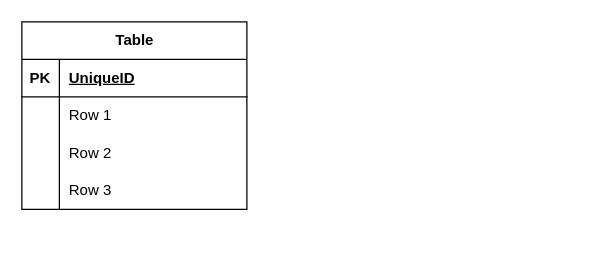
Before: ERD Monitoring Program.drawio in krizal8749-ops/Ideabox, a draw.io diagram. Source tidied: cells renumbered, new cells numbered last; positions are measured from the earlier drawing's top-left corner, leaving out a move shared by most shapes. Both pictures are drawn from the tidied source at 125%, with x=0, y=0 at pixel (21, 21).
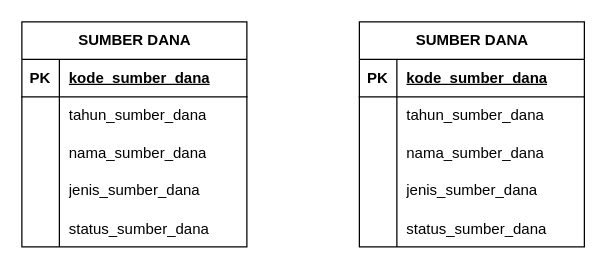
Above is the later version.

The change refers to these unchanged cells:
```xml
<mxCell id="3" style="shape=tableRow;horizontal=0;startSize=0;swimlaneHead=0;swimlaneBody=0;fillColor=none;top=0;left=0;right=0;bottom=1;" parent="2" vertex="1">
  <mxGeometry y="30" width="180" height="30" as="geometry" />
</mxCell>
<mxCell id="6" style="shape=tableRow;horizontal=0;startSize=0;swimlaneHead=0;swimlaneBody=0;fillColor=none;top=0;left=0;right=0;bottom=0;" parent="2" vertex="1">
  <mxGeometry y="60" width="180" height="30" as="geometry" />
</mxCell>
<mxCell id="9" style="shape=tableRow;horizontal=0;startSize=0;swimlaneHead=0;swimlaneBody=0;fillColor=none;top=0;left=0;right=0;bottom=0;" parent="2" vertex="1">
  <mxGeometry y="90" width="180" height="30" as="geometry" />
</mxCell>
<mxCell id="12" style="shape=tableRow;horizontal=0;startSize=0;swimlaneHead=0;swimlaneBody=0;fillColor=none;top=0;left=0;right=0;bottom=0;" parent="2" vertex="1">
  <mxGeometry y="120" width="180" height="30" as="geometry" />
</mxCell>
```

The edit, as a diff of the source:
```diff
@@
-    <mxCell id="2" value="Table" style="shape=table;startSize=30;childLayout=tableLayout;rowLines=0;fontStyle=1;align=center;html=1;" parent="1" vertex="1">
-      <mxGeometry width="180" height="150" as="geometry" />
+    <mxCell id="2" value="SUMBER DANA" style="shape=table;startSize=30;childLayout=tableLayout;rowLines=0;fontStyle=1;align=center;html=1;" parent="1" vertex="1">
+      <mxGeometry width="180" height="180" as="geometry" />
     </mxCell>
@@
-    <mxCell id="5" value="UniqueID" style="shape=partialRectangle;fillColor=none;top=0;left=0;bottom=0;right=0;align=left;spacingLeft=6;fontStyle=5;overflow=hidden;whiteSpace=wrap;html=1;" parent="3" vertex="1">
+    <mxCell id="5" value="kode_sumber_dana" style="shape=partialRectangle;fillColor=none;top=0;left=0;bottom=0;right=0;align=left;spacingLeft=6;fontStyle=5;overflow=hidden;whiteSpace=wrap;html=1;" parent="3" vertex="1">
       <mxGeometry x="30" width="150" height="30" as="geometry" />
     </mxCell>
@@
-    <mxCell id="8" value="Row 1" style="shape=partialRectangle;fillColor=none;top=0;left=0;bottom=0;right=0;align=left;spacingLeft=6;overflow=hidden;whiteSpace=wrap;html=1;" parent="6" vertex="1">
+    <mxCell id="8" value="tahun_sumber_dana" style="shape=partialRectangle;fillColor=none;top=0;left=0;bottom=0;right=0;align=left;spacingLeft=6;overflow=hidden;whiteSpace=wrap;html=1;" parent="6" vertex="1">
       <mxGeometry x="30" width="150" height="30" as="geometry" />
     </mxCell>
@@
-    <mxCell id="11" value="Row 2" style="shape=partialRectangle;fillColor=none;top=0;left=0;bottom=0;right=0;align=left;spacingLeft=6;overflow=hidden;whiteSpace=wrap;html=1;" parent="9" vertex="1">
+    <mxCell id="11" value="nama_sumber_dana" style="shape=partialRectangle;fillColor=none;top=0;left=0;bottom=0;right=0;align=left;spacingLeft=6;overflow=hidden;whiteSpace=wrap;html=1;" parent="9" vertex="1">
       <mxGeometry x="30" width="150" height="30" as="geometry" />
     </mxCell>
@@
-    <mxCell id="14" value="Row 3" style="shape=partialRectangle;fillColor=none;top=0;left=0;bottom=0;right=0;align=left;spacingLeft=6;overflow=hidden;whiteSpace=wrap;html=1;" parent="12" vertex="1">
+    <mxCell id="14" value="jenis_sumber_dana" style="shape=partialRectangle;fillColor=none;top=0;left=0;bottom=0;right=0;align=left;spacingLeft=6;overflow=hidden;whiteSpace=wrap;html=1;" parent="12" vertex="1">
       <mxGeometry x="30" width="150" height="30" as="geometry" />
     </mxCell>
+    <mxCell id="15" style="shape=tableRow;horizontal=0;startSize=0;swimlaneHead=0;swimlaneBody=0;fillColor=none;top=0;left=0;right=0;bottom=0;" parent="2" vertex="1">
+      <mxGeometry y="150" width="180" height="30" as="geometry" />
+    </mxCell>
+    <mxCell id="16" style="shape=partialRectangle;fillColor=none;top=0;left=0;bottom=0;right=0;overflow=hidden;" parent="15" vertex="1">
+      <mxGeometry width="30" height="30" as="geometry" />
+    </mxCell>
+    <mxCell id="17" value="status_sumber_dana" style="shape=partialRectangle;fillColor=none;top=0;left=0;bottom=0;right=0;align=left;spacingLeft=6;overflow=hidden;" parent="15" vertex="1">
+      <mxGeometry x="30" width="150" height="30" as="geometry" />
+    </mxCell>
+    <mxCell id="18" value="SUMBER DANA" style="shape=table;startSize=30;childLayout=tableLayout;rowLines=0;fontStyle=1;align=center;html=1;" parent="1" vertex="1">
+      <mxGeometry x="270" width="180" height="180" as="geometry" />
+    </mxCell>
+    <mxCell id="19" style="shape=tableRow;horizontal=0;startSize=0;swimlaneHead=0;swimlaneBody=0;fillColor=none;top=0;left=0;right=0;bottom=1;" parent="18" vertex="1">
+      <mxGeometry y="30" width="180" height="30" as="geometry" />
+    </mxCell>
+    <mxCell id="20" value="PK" style="shape=partialRectangle;fillColor=none;top=0;left=0;bottom=0;right=0;fontStyle=1;overflow=hidden;whiteSpace=wrap;html=1;" parent="19" vertex="1">
+      <mxGeometry width="30" height="30" as="geometry" />
+    </mxCell>
+    <mxCell id="21" value="kode_sumber_dana" style="shape=partialRectangle;fillColor=none;top=0;left=0;bottom=0;right=0;align=left;spacingLeft=6;fontStyle=5;overflow=hidden;whiteSpace=wrap;html=1;" parent="19" vertex="1">
+      <mxGeometry x="30" width="150" height="30" as="geometry" />
+    </mxCell>
+    <mxCell id="22" style="shape=tableRow;horizontal=0;startSize=0;swimlaneHead=0;swimlaneBody=0;fillColor=none;top=0;left=0;right=0;bottom=0;" parent="18" vertex="1">
+      <mxGeometry y="60" width="180" height="30" as="geometry" />
+    </mxCell>
+    <mxCell id="23" style="shape=partialRectangle;fillColor=none;top=0;left=0;bottom=0;right=0;overflow=hidden;whiteSpace=wrap;html=1;" parent="22" vertex="1">
+      <mxGeometry width="30" height="30" as="geometry" />
+    </mxCell>
+    <mxCell id="24" value="tahun_sumber_dana" style="shape=partialRectangle;fillColor=none;top=0;left=0;bottom=0;right=0;align=left;spacingLeft=6;overflow=hidden;whiteSpace=wrap;html=1;" parent="22" vertex="1">
+      <mxGeometry x="30" width="150" height="30" as="geometry" />
+    </mxCell>
+    <mxCell id="25" style="shape=tableRow;horizontal=0;startSize=0;swimlaneHead=0;swimlaneBody=0;fillColor=none;top=0;left=0;right=0;bottom=0;" parent="18" vertex="1">
+      <mxGeometry y="90" width="180" height="30" as="geometry" />
+    </mxCell>
+    <mxCell id="26" style="shape=partialRectangle;fillColor=none;top=0;left=0;bottom=0;right=0;overflow=hidden;whiteSpace=wrap;html=1;" parent="25" vertex="1">
+      <mxGeometry width="30" height="30" as="geometry" />
+    </mxCell>
+    <mxCell id="27" value="nama_sumber_dana" style="shape=partialRectangle;fillColor=none;top=0;left=0;bottom=0;right=0;align=left;spacingLeft=6;overflow=hidden;whiteSpace=wrap;html=1;" parent="25" vertex="1">
+      <mxGeometry x="30" width="150" height="30" as="geometry" />
+    </mxCell>
+    <mxCell id="28" style="shape=tableRow;horizontal=0;startSize=0;swimlaneHead=0;swimlaneBody=0;fillColor=none;top=0;left=0;right=0;bottom=0;" parent="18" vertex="1">
+      <mxGeometry y="120" width="180" height="30" as="geometry" />
+    </mxCell>
+    <mxCell id="29" style="shape=partialRectangle;fillColor=none;top=0;left=0;bottom=0;right=0;overflow=hidden;whiteSpace=wrap;html=1;" parent="28" vertex="1">
+      <mxGeometry width="30" height="30" as="geometry" />
+    </mxCell>
+    <mxCell id="30" value="jenis_sumber_dana" style="shape=partialRectangle;fillColor=none;top=0;left=0;bottom=0;right=0;align=left;spacingLeft=6;overflow=hidden;whiteSpace=wrap;html=1;" parent="28" vertex="1">
+      <mxGeometry x="30" width="150" height="30" as="geometry" />
+    </mxCell>
+    <mxCell id="31" style="shape=tableRow;horizontal=0;startSize=0;swimlaneHead=0;swimlaneBody=0;fillColor=none;top=0;left=0;right=0;bottom=0;" parent="18" vertex="1">
+      <mxGeometry y="150" width="180" height="30" as="geometry" />
+    </mxCell>
+    <mxCell id="32" style="shape=partialRectangle;fillColor=none;top=0;left=0;bottom=0;right=0;overflow=hidden;" parent="31" vertex="1">
+      <mxGeometry width="30" height="30" as="geometry" />
+    </mxCell>
+    <mxCell id="33" value="status_sumber_dana" style="shape=partialRectangle;fillColor=none;top=0;left=0;bottom=0;right=0;align=left;spacingLeft=6;overflow=hidden;" parent="31" vertex="1">
+      <mxGeometry x="30" width="150" height="30" as="geometry" />
+    </mxCell>
```
